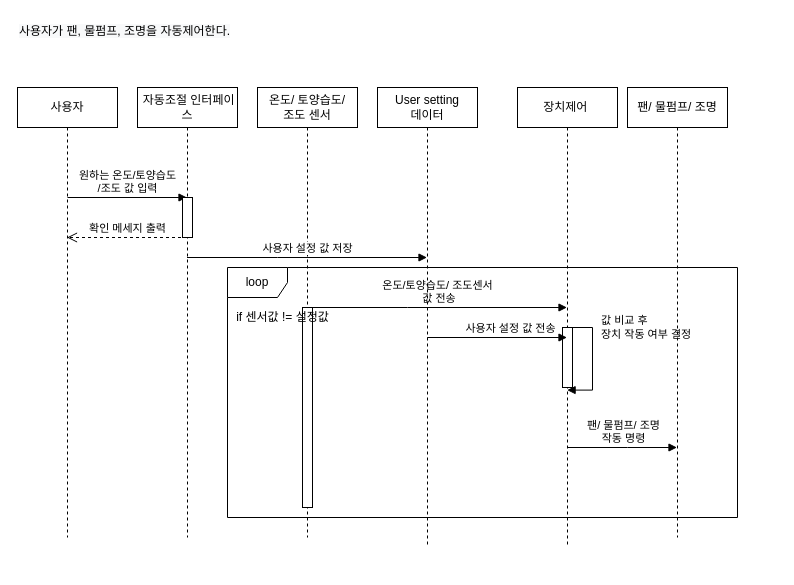
This is 5주차/시퀀스 다이어그램/auto_sqd.drawio from sonmyungwon/Software-Development, a draw.io file, before an edit. Source tidied: cells renumbered, new cells numbered last; positions are measured from the earlier drawing's top-left corner, leaving out a move shared by most shapes. Both pictures are drawn from the tidied source at 100%, with x=0, y=0 at pixel (17, 17).
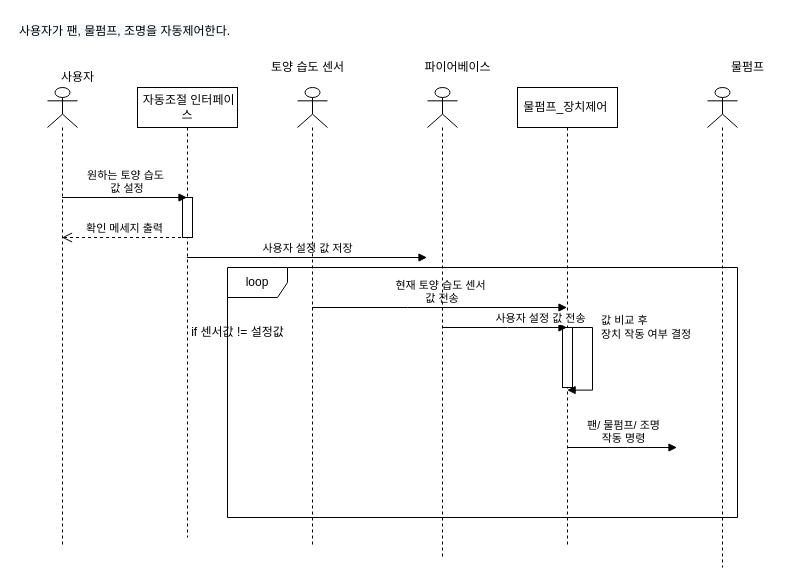
Above is the later version.

Unchanged cells that the change refers to:
```xml
<mxCell id="6" value="&amp;nbsp;자동조절 인터페이스" style="shape=umlLifeline;perimeter=lifelinePerimeter;whiteSpace=wrap;html=1;outlineConnect=0;" parent="1" vertex="1">
  <mxGeometry x="120" y="70" width="100" height="450" as="geometry" />
</mxCell>
```

Change to the diagram source:
```diff
@@
-    <mxCell id="4" value="사용자" style="shape=umlLifeline;perimeter=lifelinePerimeter;whiteSpace=wrap;html=1;outlineConnect=0;" parent="1" vertex="1">
-      <mxGeometry y="70" width="100" height="450" as="geometry" />
-    </mxCell>
-    <mxCell id="5" value="원하는 온도/토양습도&lt;br&gt;/조도 값 입력" style="html=1;verticalAlign=bottom;endArrow=block;rounded=0;" parent="4" edge="1" target="6">
-      <mxGeometry relative="1" as="geometry">
-        <mxPoint x="50" y="110" as="sourcePoint" />
-      </mxGeometry>
-    </mxCell>
@@
-    <mxCell id="7" value="확인 메세지 출력" style="html=1;verticalAlign=bottom;endArrow=open;dashed=1;endSize=8;rounded=0;" parent="6" edge="1" target="4">
+    <mxCell id="7" value="확인 메세지 출력" style="html=1;verticalAlign=bottom;endArrow=open;dashed=1;endSize=8;rounded=0;" parent="6" edge="1" target="21">
       <mxGeometry relative="1" as="geometry">
         <mxPoint x="49.5" y="150" as="sourcePoint" />
         <Array as="points">
           <mxPoint x="20" y="150" />
         </Array>
       </mxGeometry>
     </mxCell>
@@
-    <mxCell id="9" value="장치제어&amp;nbsp;" style="shape=umlLifeline;perimeter=lifelinePerimeter;whiteSpace=wrap;html=1;outlineConnect=0;" parent="1" vertex="1">
+    <mxCell id="9" value="물펌프_장치제어&amp;nbsp;" style="shape=umlLifeline;perimeter=lifelinePerimeter;whiteSpace=wrap;html=1;outlineConnect=0;" parent="1" vertex="1">
       <mxGeometry x="500" y="70" width="100" height="460" as="geometry" />
     </mxCell>
@@
-    <mxCell id="12" value="온도/ 토양습도/ &lt;br&gt;조도 센서" style="shape=umlLifeline;perimeter=lifelinePerimeter;whiteSpace=wrap;html=1;outlineConnect=0;" parent="1" vertex="1">
-      <mxGeometry x="240" y="70" width="100" height="450" as="geometry" />
-    </mxCell>
-    <mxCell id="13" style="html=1;perimeter=orthogonalPerimeter;" parent="12" vertex="1">
-      <mxGeometry x="45" y="220" width="10" height="200" as="geometry" />
-    </mxCell>
-    <mxCell id="14" value="if 센서값 != 설정값" style="text;html=1;align=center;verticalAlign=middle;fillColor=none;strokeColor=none;rounded=0;" parent="12" vertex="1">
-      <mxGeometry x="-35" y="215" width="120" height="30" as="geometry" />
-    </mxCell>
-    <mxCell id="15" value="사용자 설정 값 저장" style="html=1;verticalAlign=bottom;endArrow=block;rounded=0;" parent="1" edge="1" source="6" target="20">
+    <mxCell id="15" value="사용자 설정 값 저장" style="html=1;verticalAlign=bottom;endArrow=block;rounded=0;" parent="1" edge="1" source="6">
       <mxGeometry relative="1" as="geometry">
+        <mxPoint x="409.5" y="240" as="targetPoint" />
         <Array as="points">
           <mxPoint x="260" y="240" />
         </Array>
       </mxGeometry>
     </mxCell>
-    <mxCell id="16" value="온도/토양습도/ 조도센서&lt;br&gt;&amp;nbsp;값 전송" style="html=1;verticalAlign=bottom;endArrow=block;rounded=0;" parent="1" edge="1" source="12" target="9">
+    <mxCell id="16" value="현재 토양 습도 센서&lt;br&gt;&amp;nbsp;값 전송" style="html=1;verticalAlign=bottom;endArrow=block;rounded=0;" parent="1" edge="1" source="27" target="9">
       <mxGeometry relative="1" as="geometry">
         <Array as="points">
           <mxPoint x="390" y="290" />
         </Array>
       </mxGeometry>
     </mxCell>
-    <mxCell id="17" value="사용자 설정 값 전송" style="html=1;verticalAlign=bottom;endArrow=block;rounded=0;" parent="1" edge="1" target="9">
+    <mxCell id="17" value="사용자 설정 값 전송" style="html=1;verticalAlign=bottom;endArrow=block;rounded=0;" parent="1" edge="1" source="23" target="9">
       <mxGeometry x="0.56" relative="1" as="geometry">
-        <mxPoint x="529.5" y="320" as="sourcePoint" />
         <Array as="points">
-          <mxPoint x="410" y="320" />
+          <mxPoint x="490" y="310" />
         </Array>
       </mxGeometry>
     </mxCell>
-    <mxCell id="18" value="팬/ 물펌프/ 조명 &lt;br&gt;작동 명령" style="html=1;verticalAlign=bottom;endArrow=block;rounded=0;" parent="1" edge="1" source="9" target="19">
+    <mxCell id="18" value="팬/ 물펌프/ 조명 &lt;br&gt;작동 명령" style="html=1;verticalAlign=bottom;endArrow=block;rounded=0;" parent="1" edge="1" source="9">
       <mxGeometry relative="1" as="geometry">
+        <mxPoint x="659.5" y="430" as="targetPoint" />
         <Array as="points">
           <mxPoint x="610" y="430" />
         </Array>
         <mxPoint x="1" as="offset" />
       </mxGeometry>
     </mxCell>
-    <mxCell id="19" value="팬/ 물펌프/ 조명" style="shape=umlLifeline;perimeter=lifelinePerimeter;whiteSpace=wrap;html=1;outlineConnect=0;" parent="1" vertex="1">
-      <mxGeometry x="610" y="70" width="100" height="450" as="geometry" />
-    </mxCell>
-    <mxCell id="20" value="User setting &lt;br&gt;데이터" style="shape=umlLifeline;perimeter=lifelinePerimeter;whiteSpace=wrap;html=1;outlineConnect=0;" parent="1" vertex="1">
-      <mxGeometry x="360" y="70" width="100" height="460" as="geometry" />
-    </mxCell>
+    <mxCell id="21" style="shape=umlLifeline;participant=umlActor;perimeter=lifelinePerimeter;whiteSpace=wrap;html=1;verticalAlign=top;spacingTop=36;outlineConnect=0;" parent="1" vertex="1">
+      <mxGeometry x="30" y="70" width="30" height="460" as="geometry" />
+    </mxCell>
+    <mxCell id="22" value="원하는 토양 습도&lt;br&gt;&amp;nbsp;값 설정" style="html=1;verticalAlign=bottom;endArrow=block;rounded=0;" parent="1" edge="1" source="21" target="6">
+      <mxGeometry relative="1" as="geometry">
+        <Array as="points">
+          <mxPoint x="100" y="180" />
+        </Array>
+      </mxGeometry>
+    </mxCell>
+    <mxCell id="23" style="shape=umlLifeline;participant=umlActor;perimeter=lifelinePerimeter;whiteSpace=wrap;html=1;verticalAlign=top;spacingTop=36;outlineConnect=0;" parent="1" vertex="1">
+      <mxGeometry x="410" y="70" width="30" height="470" as="geometry" />
+    </mxCell>
+    <mxCell id="24" style="shape=umlLifeline;participant=umlActor;perimeter=lifelinePerimeter;whiteSpace=wrap;html=1;verticalAlign=top;spacingTop=36;" parent="1" vertex="1">
+      <mxGeometry x="690" y="70" width="30" height="480" as="geometry" />
+    </mxCell>
+    <mxCell id="4" value="사용자" style="text;html=1;align=center;verticalAlign=middle;points=[];strokeColor=none;fillColor=none;" parent="1" vertex="1">
+      <mxGeometry x="30" y="45" width="60" height="30" as="geometry" />
+    </mxCell>
+    <mxCell id="25" value="파이어베이스" style="text;html=1;align=center;verticalAlign=middle;strokeColor=none;fillColor=none;" parent="1" vertex="1">
+      <mxGeometry x="390" y="35" width="100" height="30" as="geometry" />
+    </mxCell>
+    <mxCell id="26" value="물펌프" style="text;html=1;align=center;verticalAlign=middle;strokeColor=none;fillColor=none;" parent="1" vertex="1">
+      <mxGeometry x="700" y="35" width="60" height="30" as="geometry" />
+    </mxCell>
+    <mxCell id="14" value="if 센서값 != 설정값" style="text;html=1;align=center;verticalAlign=middle;fillColor=none;strokeColor=none;rounded=0;" parent="1" vertex="1">
+      <mxGeometry x="160" y="300" width="120" height="30" as="geometry" />
+    </mxCell>
+    <mxCell id="27" style="shape=umlLifeline;participant=umlActor;perimeter=lifelinePerimeter;whiteSpace=wrap;html=1;verticalAlign=top;spacingTop=36;outlineConnect=0;" parent="1" vertex="1">
+      <mxGeometry x="280" y="70" width="30" height="460" as="geometry" />
+    </mxCell>
+    <mxCell id="28" value="토양 습도 센서" style="text;html=1;align=center;verticalAlign=middle;strokeColor=none;fillColor=none;" parent="1" vertex="1">
+      <mxGeometry x="240" y="35" width="100" height="30" as="geometry" />
+    </mxCell>
```
